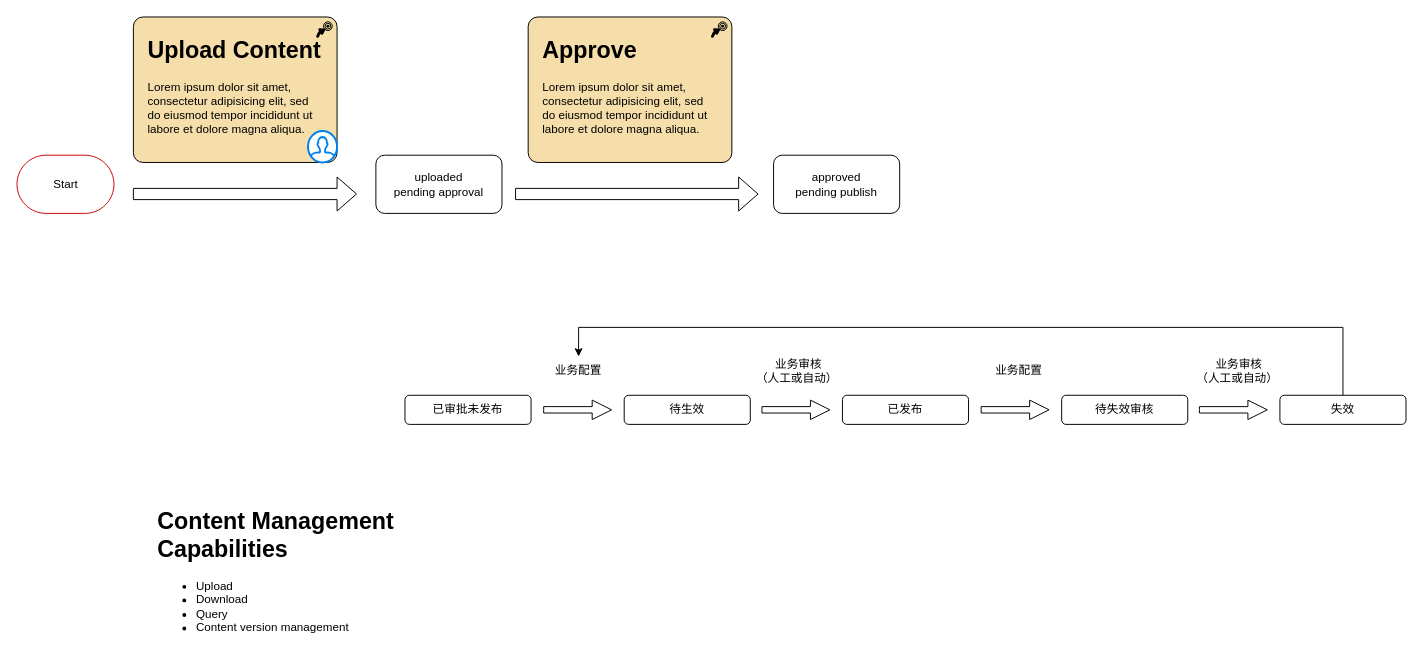
sotheair/designs keeps this draw.io diagram as page "Uploading Flow" (2 of 2) of Mid Layer Platform Content Business Flow.drawio. Above is the earlier version. Source tidied: cells renumbered, new cells numbered last; positions are measured from the earlier drawing's top-left corner, leaving out a move shared by most shapes. Both pictures are drawn from the tidied source at 97%, with x=0, y=0 at pixel (16, 16).
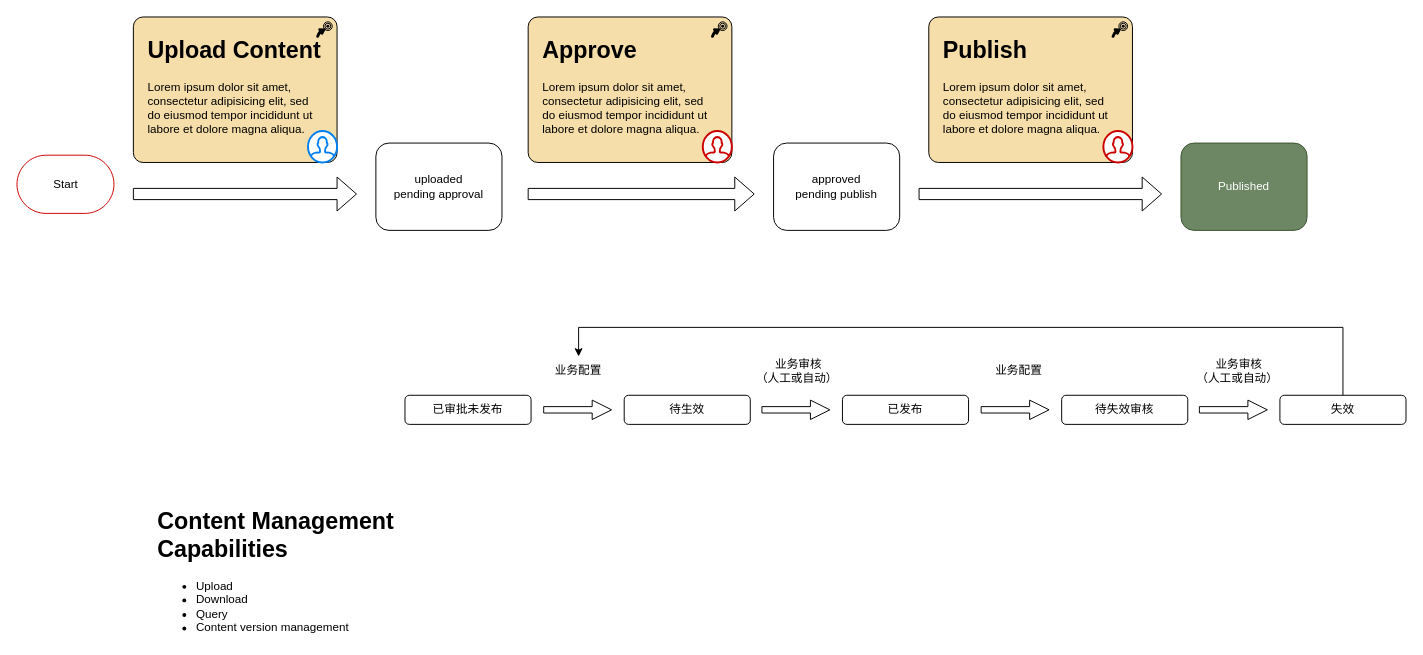
After the change.

The edit, as a diff of the source:
```diff
@@
     <mxCell id="3" value="uploaded&lt;br&gt;pending approval" style="rounded=1;whiteSpace=wrap;html=1;" parent="1" vertex="1">
-      <mxGeometry x="370" y="142.5" width="130" height="60" as="geometry" />
+      <mxGeometry x="370" y="130" width="130" height="90" as="geometry" />
     </mxCell>
@@
     <mxCell id="5" style="html=1;shadow=0;dashed=0;align=center;verticalAlign=middle;shape=mxgraph.arrows2.arrow;dy=0.67;dx=20;notch=0;" parent="1" vertex="1">
-      <mxGeometry x="514" y="165" width="250" height="35" as="geometry" />
+      <mxGeometry x="930" y="165" width="250" height="35" as="geometry" />
     </mxCell>
@@
     <mxCell id="25" value="approved&lt;br&gt;pending publish" style="rounded=1;whiteSpace=wrap;html=1;" parent="1" vertex="1">
-      <mxGeometry x="780" y="142.5" width="130" height="60" as="geometry" />
+      <mxGeometry x="780" y="130" width="130" height="90" as="geometry" />
     </mxCell>
@@
+    <mxCell id="27" style="html=1;verticalLabelPosition=bottom;align=center;labelBackgroundColor=#ffffff;verticalAlign=top;strokeWidth=2;strokeColor=#CC0000;shadow=0;dashed=0;shape=mxgraph.ios7.icons.user;" parent="1" vertex="1">
+      <mxGeometry x="707" y="117.5" width="30" height="32.5" as="geometry" />
+    </mxCell>
+    <mxCell id="28" style="html=1;shadow=0;dashed=0;align=center;verticalAlign=middle;shape=mxgraph.arrows2.arrow;dy=0.67;dx=20;notch=0;" parent="1" vertex="1">
+      <mxGeometry x="527" y="165" width="233" height="35" as="geometry" />
+    </mxCell>
+    <mxCell id="29" value="Published" style="rounded=1;whiteSpace=wrap;html=1;fillColor=#6d8764;strokeColor=#3A5431;fontColor=#ffffff;" parent="1" vertex="1">
+      <mxGeometry x="1200" y="130" width="130" height="90" as="geometry" />
+    </mxCell>
+    <mxCell id="30" style="html=1;whiteSpace=wrap;fillColor=#F5DEAA;shape=mxgraph.archimate3.application;appType=course;archiType=rounded;" parent="1" vertex="1">
+      <mxGeometry x="940" width="210" height="150" as="geometry" />
+    </mxCell>
+    <mxCell id="31" value="&lt;h1&gt;Publish&lt;/h1&gt;&lt;p&gt;Lorem ipsum dolor sit amet, consectetur adipisicing elit, sed do eiusmod tempor incididunt ut labore et dolore magna aliqua.&lt;/p&gt;" style="text;html=1;strokeColor=none;fillColor=none;spacing=5;spacingTop=-20;whiteSpace=wrap;overflow=hidden;rounded=0;" parent="1" vertex="1">
+      <mxGeometry x="950" y="15" width="190" height="120" as="geometry" />
+    </mxCell>
+    <mxCell id="32" style="html=1;verticalLabelPosition=bottom;align=center;labelBackgroundColor=#ffffff;verticalAlign=top;strokeWidth=2;strokeColor=#CC0000;shadow=0;dashed=0;shape=mxgraph.ios7.icons.user;" parent="1" vertex="1">
+      <mxGeometry x="1120" y="117.5" width="30" height="32.5" as="geometry" />
+    </mxCell>
```
